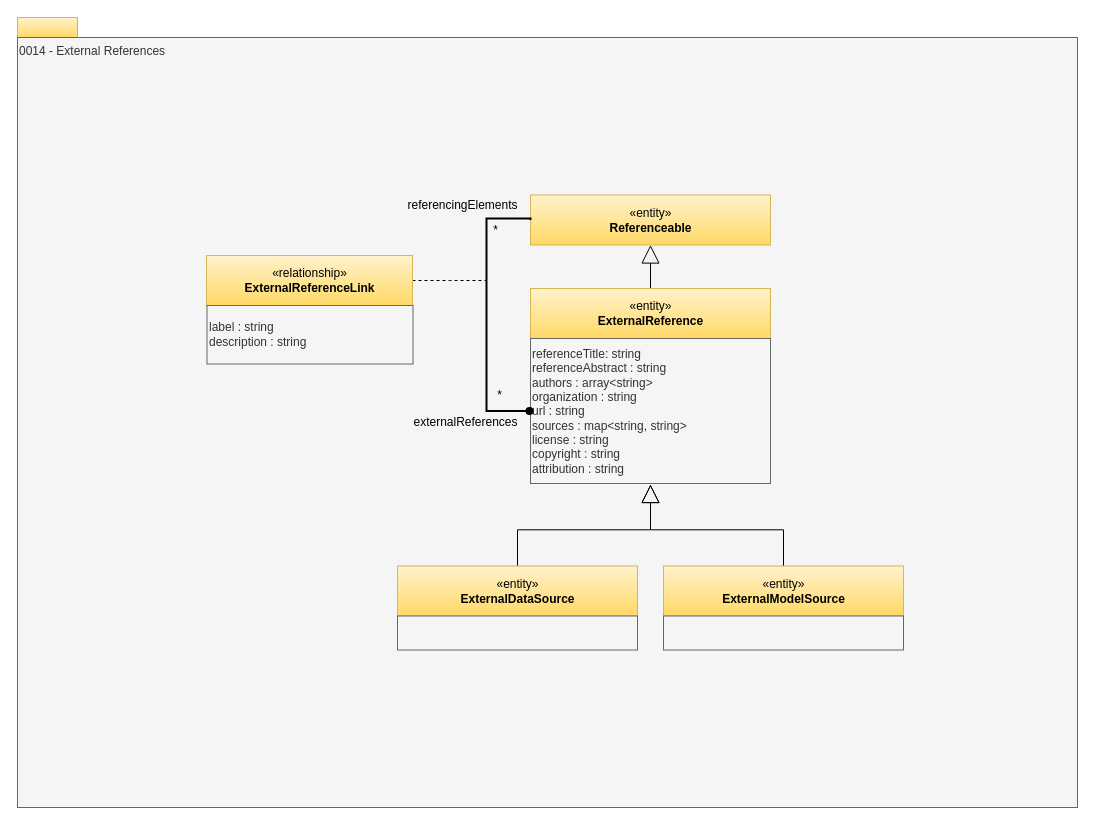
odpi/egeria-docs keeps this draw.io diagram as page "0014-External-References" (8 of 32) of site/docs/types/0/area-0-basic-types-and-infrastructure.drawio. Above is the earlier version. Source tidied: cells renumbered, new cells numbered last; positions are measured from the earlier drawing's top-left corner, leaving out a move shared by most shapes. Both pictures are drawn from the tidied source at 100%, with x=0, y=0 at pixel (17, 17).
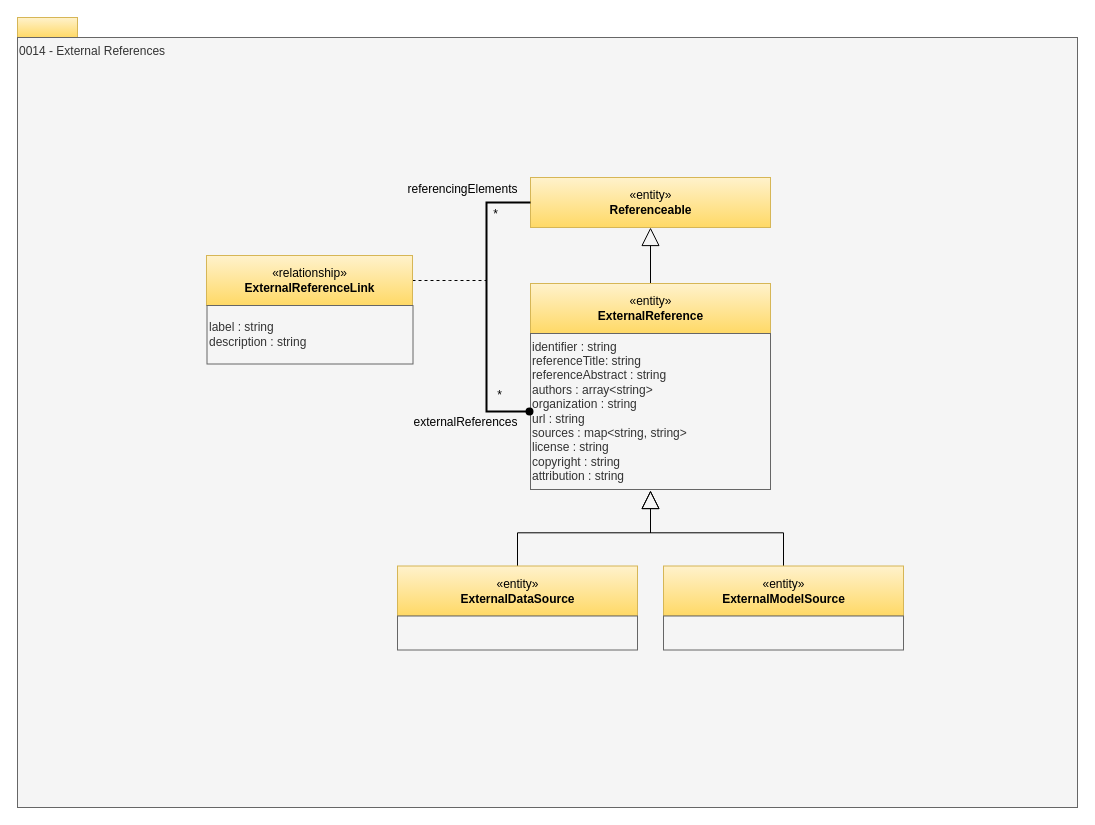
The same page after the edit.

What changed in the source:
```diff
@@
     <mxCell id="4" value="«entity»&lt;br&gt;&lt;b&gt;Referenceable&lt;/b&gt;" style="html=1;strokeColor=#d6b656;align=center;fillColor=#fff2cc;gradientColor=#ffd966;" parent="1" vertex="1">
-      <mxGeometry x="513" y="177.5" width="240" height="50" as="geometry" />
+      <mxGeometry x="513" y="160" width="240" height="50" as="geometry" />
     </mxCell>
@@
     <mxCell id="9" value="«entity»&lt;br&gt;&lt;b&gt;ExternalReference&lt;/b&gt;" style="html=1;strokeColor=#d6b656;align=center;fillColor=#fff2cc;gradientColor=#ffd966;" parent="1" vertex="1">
-      <mxGeometry x="513" y="271" width="240" height="50" as="geometry" />
+      <mxGeometry x="513" y="266" width="240" height="50" as="geometry" />
     </mxCell>
-    <mxCell id="10" value="referenceTitle: string&lt;br&gt;referenceAbstract : string&lt;br&gt;authors : array&amp;lt;string&amp;gt;&lt;div&gt;organization : string&lt;/div&gt;&lt;div&gt;url : string&lt;br&gt;sources : map&amp;lt;string, string&amp;gt;&lt;br&gt;license : string&lt;br&gt;copyright : string&lt;br&gt;attribution : string&lt;div style=&quot;text-align: left&quot;&gt;&lt;/div&gt;&lt;/div&gt;" style="rounded=0;whiteSpace=wrap;html=1;strokeColor=#666666;align=left;perimeterSpacing=1;fillColor=#f5f5f5;fontColor=#333333;" parent="1" vertex="1">
-      <mxGeometry x="513" y="321" width="240" height="145" as="geometry" />
+    <mxCell id="10" value="identifier : string&lt;div&gt;referenceTitle: string&lt;br&gt;referenceAbstract : string&lt;br&gt;authors : array&amp;lt;string&amp;gt;&lt;div&gt;organization : string&lt;/div&gt;&lt;div&gt;url : string&lt;br&gt;sources : map&amp;lt;string, string&amp;gt;&lt;br&gt;license : string&lt;br&gt;copyright : string&lt;br&gt;attribution : string&lt;div style=&quot;text-align: left&quot;&gt;&lt;/div&gt;&lt;/div&gt;&lt;/div&gt;" style="rounded=0;whiteSpace=wrap;html=1;strokeColor=#666666;align=left;perimeterSpacing=1;fillColor=#f5f5f5;fontColor=#333333;" parent="1" vertex="1">
+      <mxGeometry x="513" y="316" width="240" height="156" as="geometry" />
     </mxCell>
@@
     <mxCell id="14" value="referencingElements" style="text;html=1;align=center;verticalAlign=top;spacingTop=-4;" parent="1" vertex="1">
-      <mxGeometry x="381" y="177.5" width="128" height="20" as="geometry" />
+      <mxGeometry x="381" y="162" width="128" height="20" as="geometry" />
     </mxCell>
     <mxCell id="15" value="*" style="text;html=1;align=center;verticalAlign=top;spacingTop=-4;" parent="1" vertex="1">
-      <mxGeometry x="470.5" y="202.5" width="15" height="14" as="geometry" />
+      <mxGeometry x="470.5" y="187" width="15" height="14" as="geometry" />
     </mxCell>
@@
     <mxCell id="18" style="edgeStyle=orthogonalEdgeStyle;rounded=0;html=1;exitX=0;exitY=0.5;entryX=0;entryY=0.5;endArrow=none;endFill=0;jettySize=auto;startArrow=oval;startFill=1;strokeWidth=2;exitDx=0;exitDy=0;" parent="1" edge="1" source="10" target="4">
       <mxGeometry relative="1" as="geometry">
         <Array as="points">
+          <mxPoint x="512" y="394" />
           <mxPoint x="469" y="394" />
-          <mxPoint x="469" y="201" />
-          <mxPoint x="513" y="201" />
+          <mxPoint x="469" y="185" />
+          <mxPoint x="513" y="185" />
         </Array>
       </mxGeometry>
     </mxCell>
```
